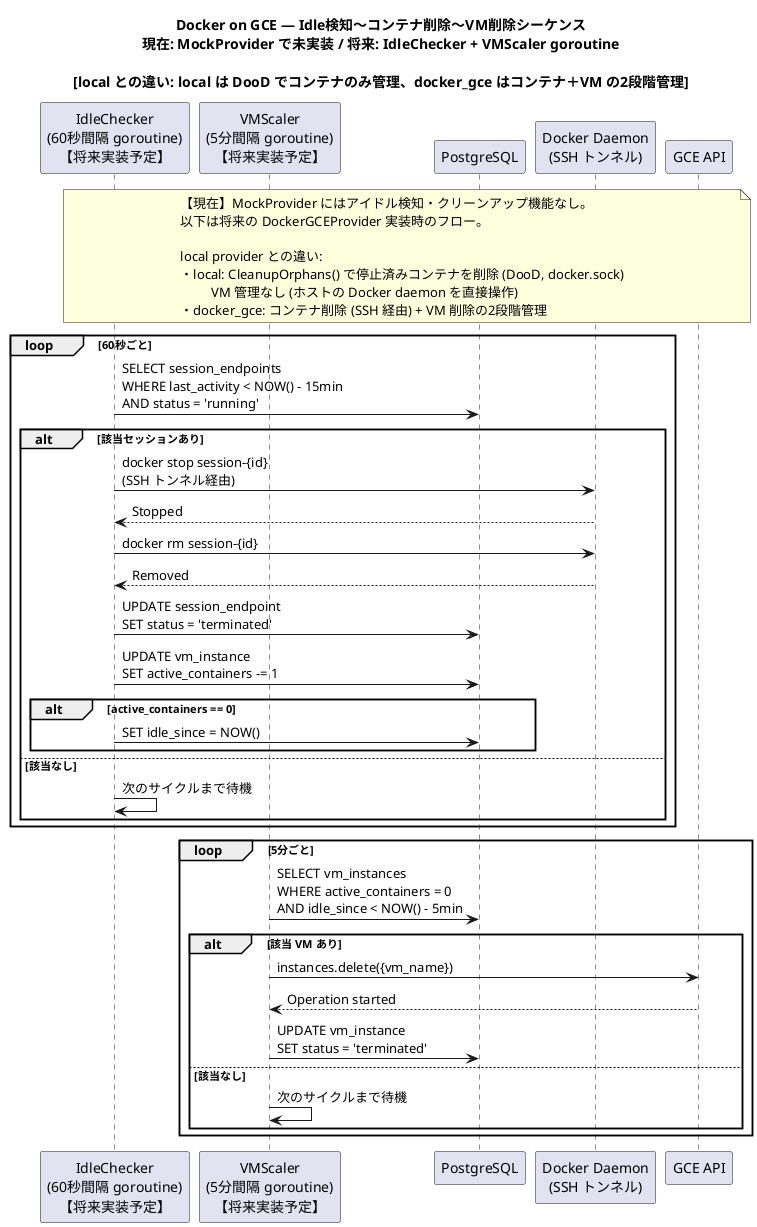
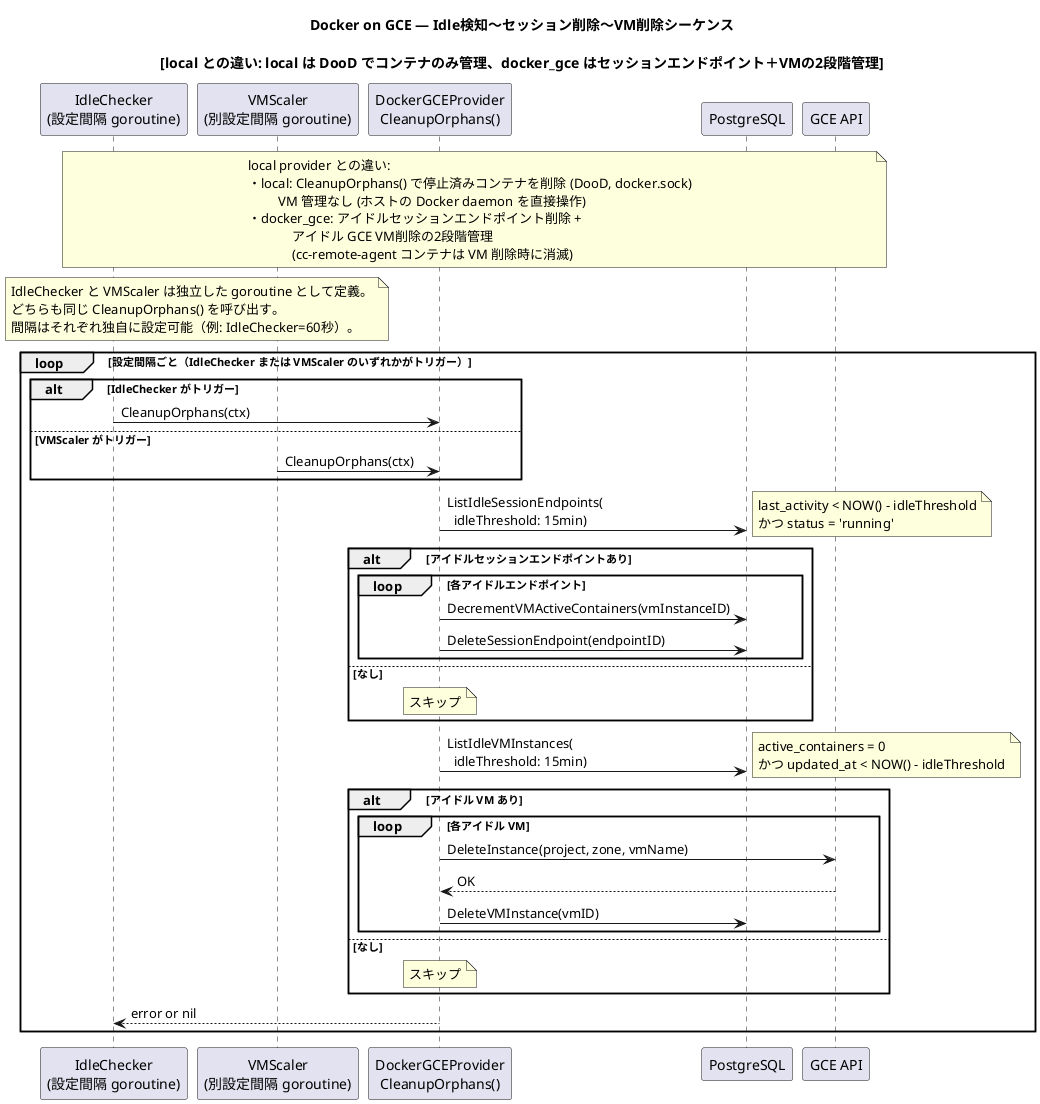
@startuml docker_gce_idle_cleanup
- ' Idle検知〜コンテナ削除〜GCE削除のシーケンス図
- ' 現在: MockProvider で未実装 / 将来: IdleChecker + VMScaler goroutine
- title Docker on GCE — Idle検知〜コンテナ削除〜VM削除シーケンス\n現在: MockProvider で未実装 / 将来: IdleChecker + VMScaler goroutine\n\n[local との違い: local は DooD でコンテナのみ管理、docker_gce はコンテナ＋VM の2段階管理]
+ ' Idle検知〜セッションエンドポイント削除〜GCE VM削除のシーケンス図
+ title Docker on GCE — Idle検知〜セッション削除〜VM削除シーケンス\n\n[local との違い: local は DooD でコンテナのみ管理、docker_gce はセッションエンドポイント＋VMの2段階管理]

- participant "IdleChecker\n(60秒間隔 goroutine)\n【将来実装予定】" as IdleChecker
- participant "VMScaler\n(5分間隔 goroutine)\n【将来実装予定】" as VMScaler
+ participant "IdleChecker\n(設定間隔 goroutine)" as IdleChecker
+ participant "VMScaler\n(別設定間隔 goroutine)" as VMScaler
+ participant "DockerGCEProvider\nCleanupOrphans()" as Provider
participant PostgreSQL as DB
- participant "Docker Daemon\n(SSH トンネル)" as Docker
participant "GCE API" as GCEAPI

note over IdleChecker, GCEAPI
-   【現在】MockProvider にはアイドル検知・クリーンアップ機能なし。
-   以下は将来の DockerGCEProvider 実装時のフロー。
- 
  local provider との違い:
  ・local: CleanupOrphans() で停止済みコンテナを削除 (DooD, docker.sock)
           VM 管理なし (ホストの Docker daemon を直接操作)
-   ・docker_gce: コンテナ削除 (SSH 経由) + VM 削除の2段階管理
+   ・docker_gce: アイドルセッションエンドポイント削除 +
+                アイドル GCE VM削除の2段階管理
+                (cc-remote-agent コンテナは VM 削除時に消滅)
end note

- loop 60秒ごと
-   IdleChecker -> DB: SELECT session_endpoints\nWHERE last_activity < NOW() - 15min\nAND status = 'running'
-   alt 該当セッションあり
-     IdleChecker -> Docker: docker stop session-{id}\n(SSH トンネル経由)
-     Docker --> IdleChecker: Stopped
-     IdleChecker -> Docker: docker rm session-{id}
-     Docker --> IdleChecker: Removed
-     IdleChecker -> DB: UPDATE session_endpoint\nSET status = 'terminated'
-     IdleChecker -> DB: UPDATE vm_instance\nSET active_containers -= 1
-     alt active_containers == 0
-       IdleChecker -> DB: SET idle_since = NOW()
+ note over IdleChecker, VMScaler
+   IdleChecker と VMScaler は独立した goroutine として定義。
+   どちらも同じ CleanupOrphans() を呼び出す。
+   間隔はそれぞれ独自に設定可能（例: IdleChecker=60秒）。
+ end note
+ 
+ loop 設定間隔ごと（IdleChecker または VMScaler のいずれかがトリガー）
+   alt IdleChecker がトリガー
+     IdleChecker -> Provider: CleanupOrphans(ctx)
+   else VMScaler がトリガー
+     VMScaler -> Provider: CleanupOrphans(ctx)
+   end
+ 
+   Provider -> DB: ListIdleSessionEndpoints(\n  idleThreshold: 15min)
+   note right: last_activity < NOW() - idleThreshold\nかつ status = 'running'
+ 
+   alt アイドルセッションエンドポイントあり
+     loop 各アイドルエンドポイント
+       Provider -> DB: DecrementVMActiveContainers(vmInstanceID)
+       Provider -> DB: DeleteSessionEndpoint(endpointID)
    end
-   else 該当なし
-     IdleChecker -> IdleChecker: 次のサイクルまで待機
+   else なし
+     note over Provider: スキップ
  end
- end

- loop 5分ごと
-   VMScaler -> DB: SELECT vm_instances\nWHERE active_containers = 0\nAND idle_since < NOW() - 5min
-   alt 該当 VM あり
-     VMScaler -> GCEAPI: instances.delete({vm_name})
-     GCEAPI --> VMScaler: Operation started
-     VMScaler -> DB: UPDATE vm_instance\nSET status = 'terminated'
-   else 該当なし
-     VMScaler -> VMScaler: 次のサイクルまで待機
+   Provider -> DB: ListIdleVMInstances(\n  idleThreshold: 15min)
+   note right: active_containers = 0\nかつ updated_at < NOW() - idleThreshold
+ 
+   alt アイドル VM あり
+     loop 各アイドル VM
+       Provider -> GCEAPI: DeleteInstance(project, zone, vmName)
+       GCEAPI --> Provider: OK
+       Provider -> DB: DeleteVMInstance(vmID)
+     end
+   else なし
+     note over Provider: スキップ
  end
+ 
+   Provider --> IdleChecker: error or nil
end

@enduml
